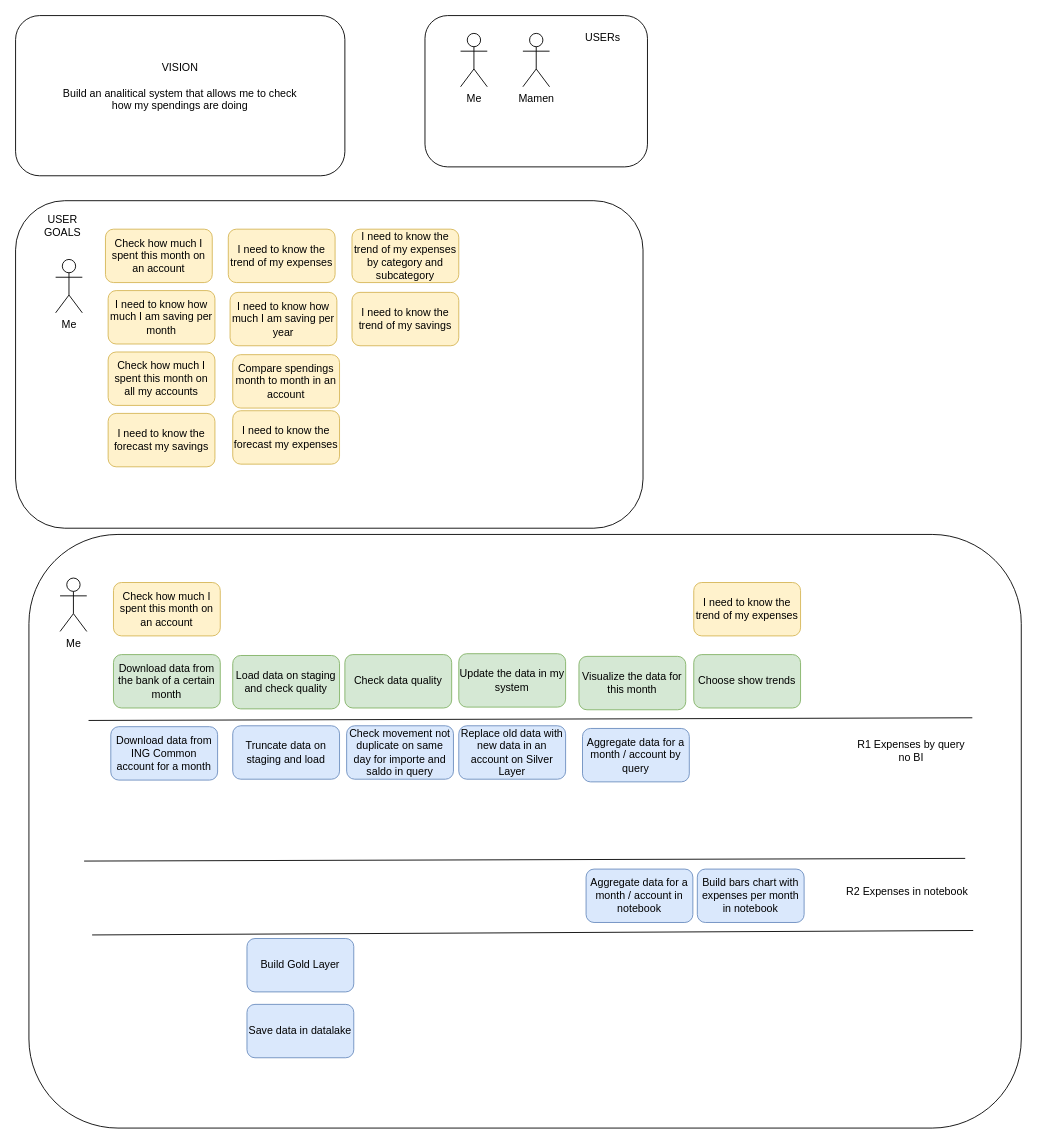
The draw.io diagram page "User Story Mapping" (1 of 6) of diagrams.dio in cperezh/DataEng_Patterns, before the edit. Source tidied: cells renumbered, new cells numbered last; positions are measured from the earlier drawing's top-left corner, leaving out a move shared by most shapes. Both pictures are drawn from the tidied source at 89%, with x=0, y=0 at pixel (15, 15).
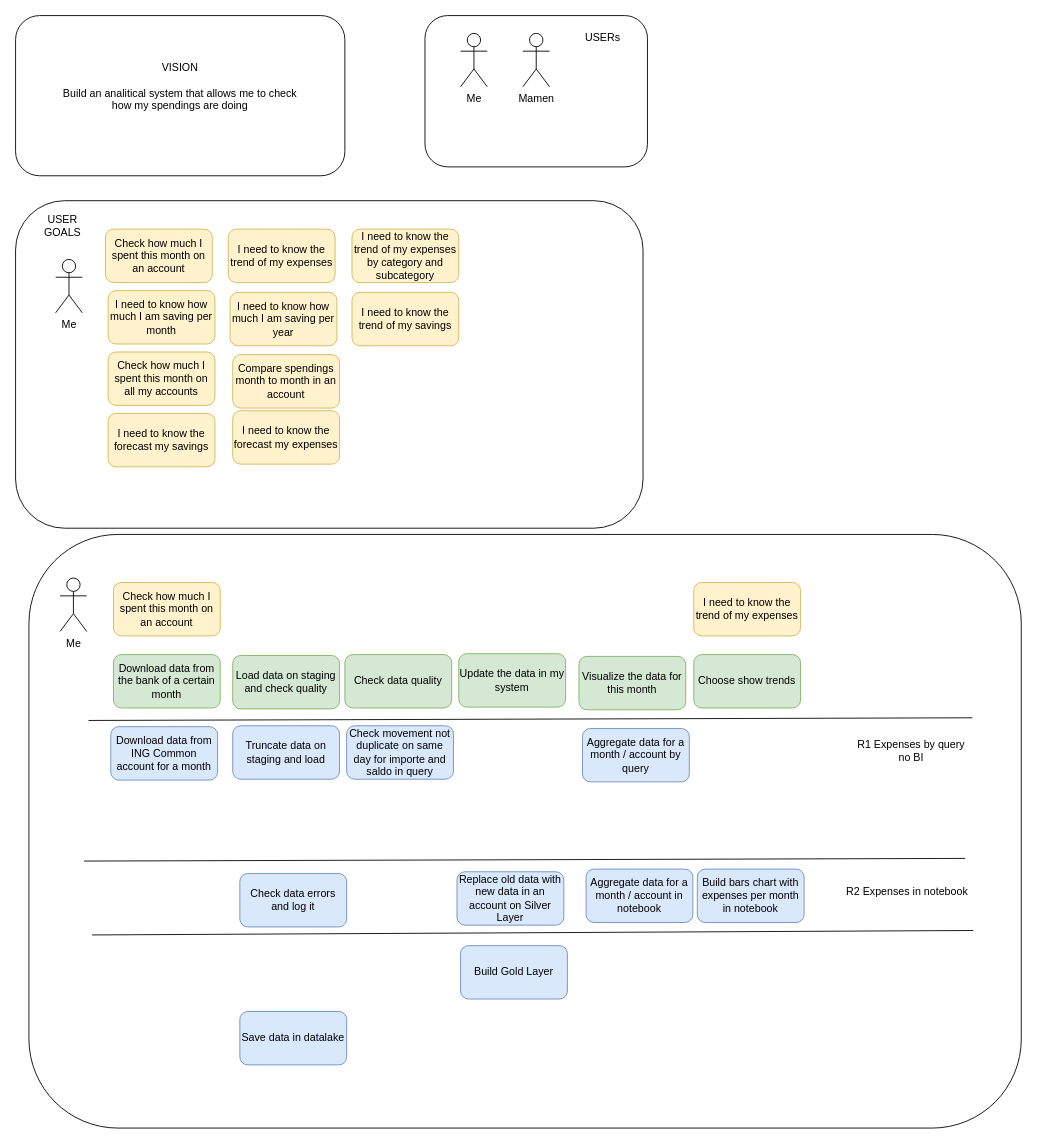
The same diagram, later.

What changed in the source:
```diff
@@
     <mxCell id="29" value="Replace old data with new data in an account on Silver Layer" style="rounded=1;whiteSpace=wrap;html=1;strokeColor=#6c8ebf;align=center;verticalAlign=middle;fontFamily=Helvetica;fontSize=12;fillColor=#dae8fc;" parent="1" vertex="1">
-      <mxGeometry x="498" y="798" width="120" height="60" as="geometry" />
+      <mxGeometry x="496" y="962" width="120" height="60" as="geometry" />
     </mxCell>
@@
     <mxCell id="37" value="Save data in datalake" style="rounded=1;whiteSpace=wrap;html=1;strokeColor=#6c8ebf;align=center;verticalAlign=middle;fontFamily=Helvetica;fontSize=12;fillColor=#dae8fc;" parent="1" vertex="1">
-      <mxGeometry x="260" y="1111" width="120" height="60" as="geometry" />
+      <mxGeometry x="252" y="1119" width="120" height="60" as="geometry" />
     </mxCell>
     <mxCell id="38" value="Build Gold Layer" style="rounded=1;whiteSpace=wrap;html=1;strokeColor=#6c8ebf;align=center;verticalAlign=middle;fontFamily=Helvetica;fontSize=12;fillColor=#dae8fc;" parent="1" vertex="1">
-      <mxGeometry x="260" y="1037" width="120" height="60" as="geometry" />
+      <mxGeometry x="500" y="1045" width="120" height="60" as="geometry" />
     </mxCell>
@@
+    <mxCell id="45" value="Check data errors and log it" style="rounded=1;whiteSpace=wrap;html=1;strokeColor=#6c8ebf;align=center;verticalAlign=middle;fontFamily=Helvetica;fontSize=12;fillColor=#dae8fc;" parent="1" vertex="1">
+      <mxGeometry x="252" y="964" width="120" height="60" as="geometry" />
+    </mxCell>
```
